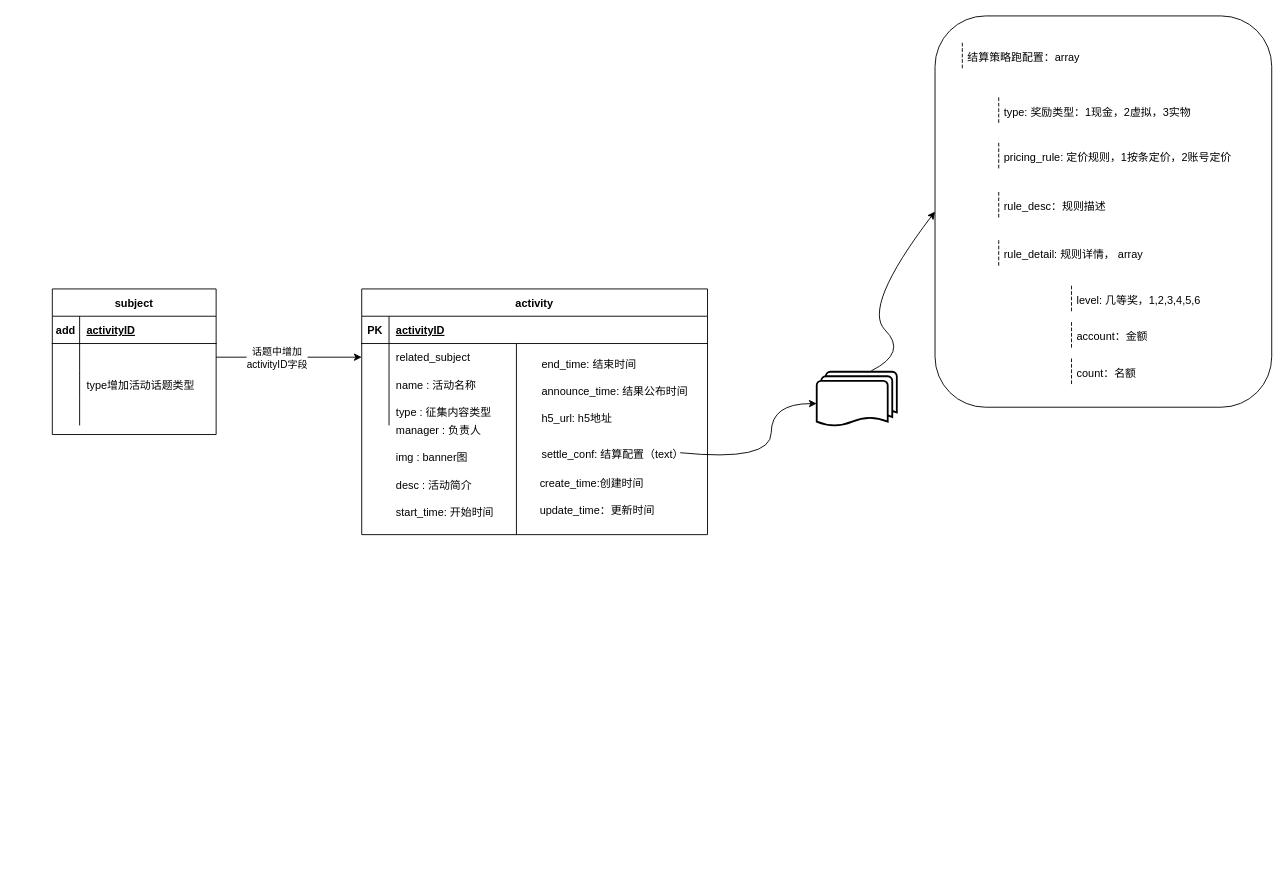
lixiangdaqian/diagrams keeps this draw.io diagram as 创作中心-活动.drawio. Above is the earlier version. Source tidied: cells renumbered, new cells numbered last; positions are measured from the earlier drawing's top-left corner, leaving out a move shared by most shapes. Both pictures are drawn from the tidied source at 91%, with x=0, y=0 at pixel (52, 15).
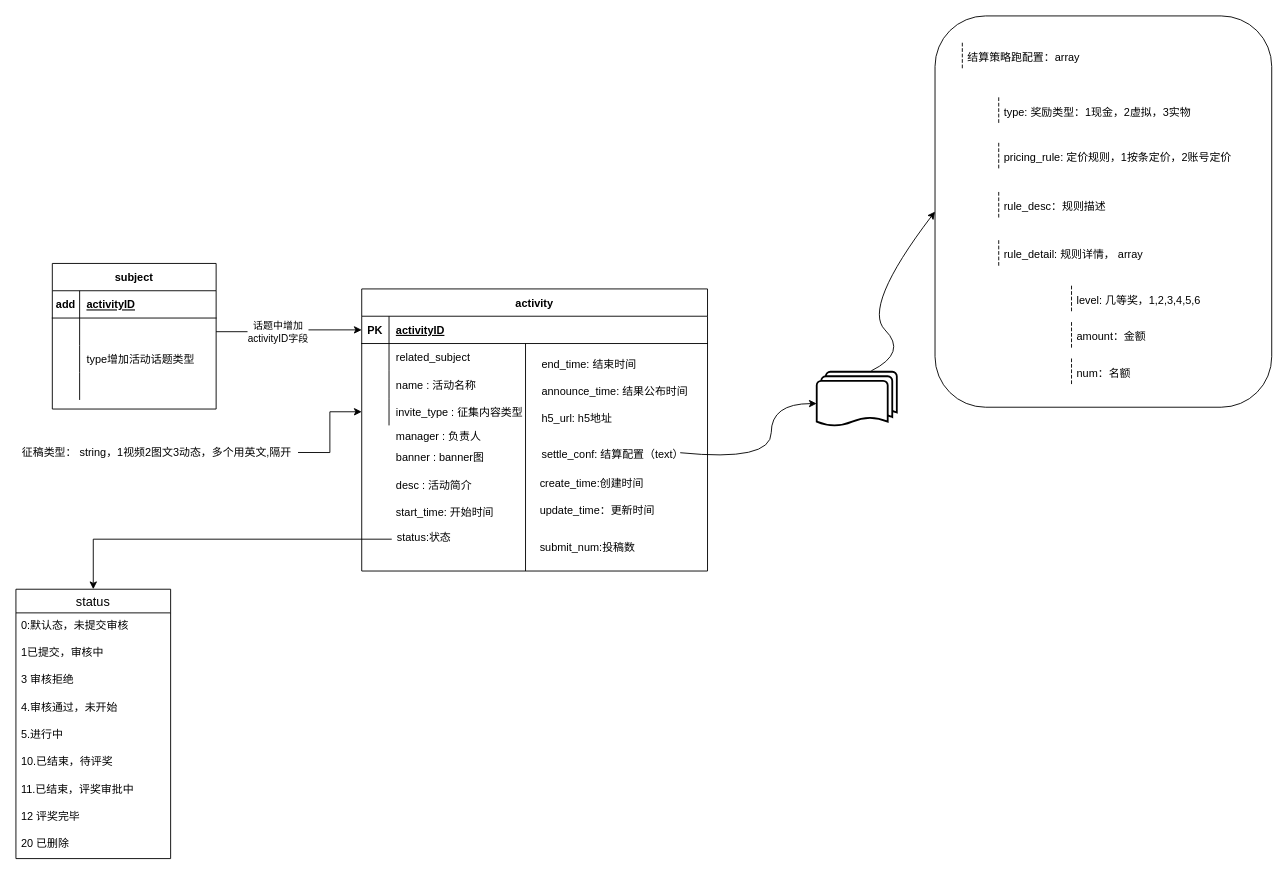
After the change.

Commit message:
Update 创作中心-活动.drawio

The change refers to these unchanged cells:
```xml
<mxCell id="4" style="shape=partialRectangle;fillColor=none;top=0;left=0;bottom=1;right=0;points=[[0,0.5],[1,0.5]];portConstraint=eastwest;" parent="3" vertex="1">
  <mxGeometry y="30" width="380" height="30" as="geometry" />
</mxCell>
<mxCell id="7" style="shape=partialRectangle;fillColor=none;top=0;left=0;bottom=0;right=0;points=[[0,0.5],[1,0.5]];portConstraint=eastwest;" parent="3" vertex="1">
  <mxGeometry y="60" width="380" height="30" as="geometry" />
</mxCell>
<mxCell id="13" style="shape=partialRectangle;fillColor=none;top=0;left=0;bottom=0;right=0;points=[[0,0.5],[1,0.5]];portConstraint=eastwest;" parent="3" vertex="1">
  <mxGeometry y="120" width="380" height="30" as="geometry" />
</mxCell>
<mxCell id="20" style="shape=partialRectangle;fillColor=none;top=0;left=0;bottom=0;right=0;points=[[0,0.5],[1,0.5]];portConstraint=eastwest;" parent="16" vertex="1">
  <mxGeometry y="60" width="180" height="30" as="geometry" />
</mxCell>
```

Change to the diagram source:
```diff
@@
     <mxCell id="3" value="activity" style="shape=table;startSize=30;childLayout=tableLayout;rowLines=0;fontStyle=1;align=center;" parent="1" vertex="1">
-      <mxGeometry x="340" y="300" width="380" height="270" as="geometry" />
+      <mxGeometry x="340" y="300" width="380" height="310" as="geometry" />
     </mxCell>
@@
-    <mxCell id="15" value="type : 征集内容类型" style="shape=partialRectangle;fillColor=none;top=0;left=0;bottom=0;right=0;align=left;spacingLeft=6;overflow=hidden;" parent="13" vertex="1">
+    <mxCell id="15" value="invite_type : 征集内容类型" style="shape=partialRectangle;fillColor=none;top=0;left=0;bottom=0;right=0;align=left;spacingLeft=6;overflow=hidden;" parent="13" vertex="1">
       <mxGeometry x="30" width="350" height="30" as="geometry" />
     </mxCell>
     <mxCell id="16" value="subject" style="shape=table;startSize=30;childLayout=tableLayout;rowLines=0;fontStyle=1;align=center;" parent="1" vertex="1">
-      <mxGeometry y="300" width="180" height="160" as="geometry" />
+      <mxGeometry y="272" width="180" height="160" as="geometry" />
     </mxCell>
@@
-    <mxCell id="29" style="edgeStyle=orthogonalEdgeStyle;rounded=0;jettySize=auto;html=1;exitX=1;exitY=0.5;exitDx=0;exitDy=0;entryX=0;entryY=0.5;entryDx=0;entryDy=0;" parent="1" edge="1" source="20" target="7">
+    <mxCell id="29" style="edgeStyle=orthogonalEdgeStyle;rounded=0;jettySize=auto;html=1;exitX=1;exitY=0.5;exitDx=0;exitDy=0;entryX=0;entryY=0.5;entryDx=0;entryDy=0;" parent="1" edge="1" source="20" target="4">
       <mxGeometry relative="1" as="geometry" />
     </mxCell>
@@
     <mxCell id="31" value="manager : 负责人" style="shape=partialRectangle;fillColor=none;top=0;left=0;bottom=0;right=0;align=left;spacingLeft=6;overflow=hidden;" parent="1" vertex="1">
-      <mxGeometry x="370" y="440" width="150" height="30" as="geometry" />
+      <mxGeometry x="370" y="446" width="150" height="30" as="geometry" />
     </mxCell>
-    <mxCell id="32" value="img : banner图" style="shape=partialRectangle;fillColor=none;top=0;left=0;bottom=0;right=0;align=left;spacingLeft=6;overflow=hidden;" parent="1" vertex="1">
+    <mxCell id="32" value="banner : banner图" style="shape=partialRectangle;fillColor=none;top=0;left=0;bottom=0;right=0;align=left;spacingLeft=6;overflow=hidden;" parent="1" vertex="1">
       <mxGeometry x="370" y="470" width="150" height="30" as="geometry" />
     </mxCell>
@@
     <mxCell id="34" style="endArrow=none;html=1;rounded=0;" parent="1" edge="1">
       <mxGeometry relative="1" as="geometry">
-        <mxPoint x="510" y="570" as="sourcePoint" />
-        <mxPoint x="510" y="360" as="targetPoint" />
+        <mxPoint x="520" y="610" as="sourcePoint" />
+        <mxPoint x="520" y="360" as="targetPoint" />
       </mxGeometry>
     </mxCell>
@@
-    <mxCell id="53" value="account：金额" style="shape=partialRectangle;fillColor=none;align=left;verticalAlign=middle;strokeColor=none;spacingLeft=34;" parent="1" vertex="1">
+    <mxCell id="53" value="amount：金额" style="shape=partialRectangle;fillColor=none;align=left;verticalAlign=middle;strokeColor=none;spacingLeft=34;" parent="1" vertex="1">
       <mxGeometry x="1090" y="337" width="90" height="30" as="geometry" />
     </mxCell>
@@
-    <mxCell id="55" value="count：名额" style="shape=partialRectangle;fillColor=none;align=left;verticalAlign=middle;strokeColor=none;spacingLeft=34;" parent="1" vertex="1">
+    <mxCell id="55" value="num：名额" style="shape=partialRectangle;fillColor=none;align=left;verticalAlign=middle;strokeColor=none;spacingLeft=34;" parent="1" vertex="1">
       <mxGeometry x="1090" y="377" width="90" height="30" as="geometry" />
     </mxCell>
@@
+    <mxCell id="61" style="edgeStyle=orthogonalEdgeStyle;rounded=0;jettySize=auto;html=1;exitX=0;exitY=0.5;exitDx=0;exitDy=0;entryX=0.5;entryY=0;entryDx=0;entryDy=0;" parent="1" edge="1" source="62" target="63">
+      <mxGeometry relative="1" as="geometry" />
+    </mxCell>
+    <mxCell id="62" value="status:状态" style="text;strokeColor=none;fillColor=none;spacingLeft=4;spacingRight=4;overflow=hidden;points=[[0,0.5],[1,0.5]];portConstraint=eastwest;fontSize=12;" parent="1" vertex="1">
+      <mxGeometry x="373" y="560" width="90" height="30" as="geometry" />
+    </mxCell>
+    <mxCell id="63" value="status" style="swimlane;fontStyle=0;horizontal=1;startSize=26;align=center;fontSize=14;" parent="1" vertex="1">
+      <mxGeometry x="-40" y="630" width="170" height="296" as="geometry" />
+    </mxCell>
+    <mxCell id="64" value="0:默认态，未提交审核" style="text;strokeColor=none;fillColor=none;spacingLeft=4;spacingRight=4;overflow=hidden;fontSize=12;" parent="63" vertex="1">
+      <mxGeometry y="26" width="170" height="30" as="geometry" />
+    </mxCell>
+    <mxCell id="65" value="1已提交，审核中" style="text;strokeColor=none;fillColor=none;spacingLeft=4;spacingRight=4;overflow=hidden;fontSize=12;" parent="63" vertex="1">
+      <mxGeometry y="56" width="170" height="30" as="geometry" />
+    </mxCell>
+    <mxCell id="66" value="3 审核拒绝" style="text;strokeColor=none;fillColor=none;spacingLeft=4;spacingRight=4;overflow=hidden;fontSize=12;" parent="63" vertex="1">
+      <mxGeometry y="86" width="170" height="30" as="geometry" />
+    </mxCell>
+    <mxCell id="67" value="4.审核通过，未开始" style="text;strokeColor=none;fillColor=none;spacingLeft=4;spacingRight=4;overflow=hidden;fontSize=12;" parent="63" vertex="1">
+      <mxGeometry y="116" width="170" height="30" as="geometry" />
+    </mxCell>
+    <mxCell id="68" value="5.进行中" style="text;strokeColor=none;fillColor=none;spacingLeft=4;spacingRight=4;overflow=hidden;fontSize=12;" parent="63" vertex="1">
+      <mxGeometry y="146" width="170" height="30" as="geometry" />
+    </mxCell>
+    <mxCell id="69" value="10.已结束，待评奖" style="text;strokeColor=none;fillColor=none;spacingLeft=4;spacingRight=4;overflow=hidden;fontSize=12;" parent="63" vertex="1">
+      <mxGeometry y="176" width="170" height="30" as="geometry" />
+    </mxCell>
+    <mxCell id="70" value="11.已结束，评奖审批中" style="text;strokeColor=none;fillColor=none;spacingLeft=4;spacingRight=4;overflow=hidden;fontSize=12;" parent="63" vertex="1">
+      <mxGeometry y="206" width="170" height="30" as="geometry" />
+    </mxCell>
+    <mxCell id="71" value="12 评奖完毕" style="text;strokeColor=none;fillColor=none;spacingLeft=4;spacingRight=4;overflow=hidden;fontSize=12;" parent="63" vertex="1">
+      <mxGeometry y="236" width="170" height="30" as="geometry" />
+    </mxCell>
+    <mxCell id="72" value="20 已删除" style="text;strokeColor=none;fillColor=none;spacingLeft=4;spacingRight=4;overflow=hidden;fontSize=12;" parent="63" vertex="1">
+      <mxGeometry y="266" width="170" height="30" as="geometry" />
+    </mxCell>
+    <mxCell id="73" value="submit_num:投稿数" style="text;strokeColor=none;fillColor=none;spacingLeft=4;spacingRight=4;overflow=hidden;fontSize=12;" parent="1" vertex="1">
+      <mxGeometry x="530" y="570" width="140" height="30" as="geometry" />
+    </mxCell>
+    <mxCell id="74" style="edgeStyle=orthogonalEdgeStyle;rounded=0;jettySize=auto;html=1;exitX=1;exitY=0.5;exitDx=0;exitDy=0;" parent="1" edge="1" source="75" target="13">
+      <mxGeometry relative="1" as="geometry" />
+    </mxCell>
+    <mxCell id="75" value="征稿类型： string，1视频2图文3动态，多个用英文,隔开" style="text;html=1;strokeColor=none;fillColor=none;align=center;verticalAlign=middle;whiteSpace=wrap;rounded=0;" parent="1" vertex="1">
+      <mxGeometry x="-40" y="459.5" width="310" height="40.5" as="geometry" />
+    </mxCell>
```
